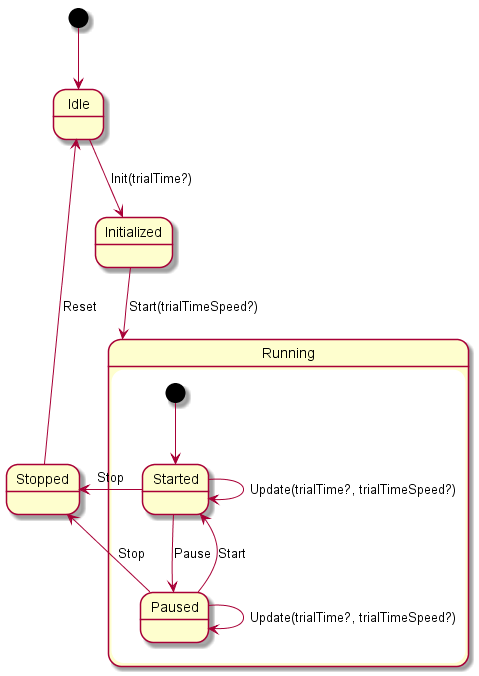
The PlantUML diagram out/doc/uml/statediagram/statediagram.png in DRIVER-EU/test-bed-time-service, before a commit.
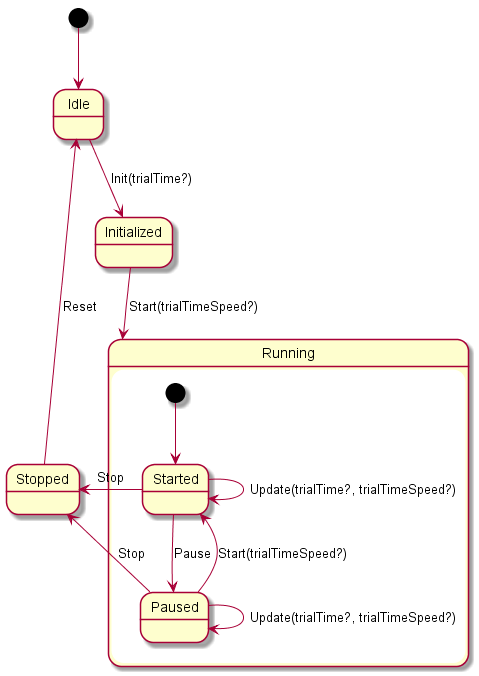
The same file after the commit.

Commit message:
updated state diagram

The edit, as a diff of the source:
```diff
@@ -6,7 +6,7 @@
 state Running {
     [*] --> Started
     Started --> Paused : Pause
-    Paused --> Started : Start
+    Paused --> Started : Start(trialTimeSpeed?)
     Started --> Started : Update(trialTime?, trialTimeSpeed?)
     Paused --> Paused : Update(trialTime?, trialTimeSpeed?)
 
```
